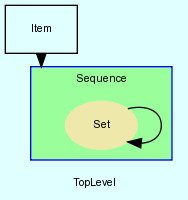
The Graphviz diagram doc/dot/f_8.png in ddiez/seqminer, before a commit. Its source is kept beside it as doc/dot/f_8.dot.
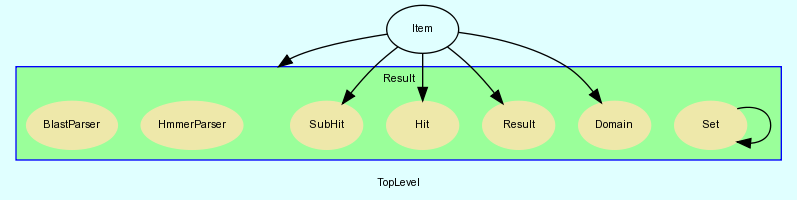
The same file after the commit.

What changed in the source:
```diff
@@ -10,43 +10,112 @@
         fontsize = 8
     ]
 
-    Sequence__Set -> Sequence__Set [
+    Result__Set -> Result__Set [
 
     ]
 
-    subgraph cluster_Sequence {
-        label = "Sequence"
+    Item [
+        URL = "classes/Item.html",
+        label = "Item"
+    ]
+
+    Item -> Result__Domain [
+
+    ]
+
+    Item -> Result__Result [
+
+    ]
+
+    Item -> Result__Hit [
+
+    ]
+
+    Item -> Result__SubHit [
+
+    ]
+
+    subgraph cluster_Result {
+        label = "Result"
         fillcolor = palegreen1
-        URL = "classes/Sequence.html"
+        URL = "classes/Result.html"
         color = blue
         fontname = Arial
         style = filled
-        Sequence [
+        Result [
             shape = plaintext,
             height = 0.01,
             width = 0.01,
             label = ""
         ]
 
-        Sequence__Set [
+        Result__HmmerParser [
             fontcolor = black,
             shape = ellipse,
-            URL = "classes/Sequence/Set.html",
+            URL = "classes/Result/HmmerParser.html",
+            color = palegoldenrod,
+            style = filled,
+            label = "HmmerParser"
+        ]
+
+        Result__BlastParser [
+            fontcolor = black,
+            shape = ellipse,
+            URL = "classes/Result/BlastParser.html",
+            color = palegoldenrod,
+            style = filled,
+            label = "BlastParser"
+        ]
+
+        Result__Set [
+            fontcolor = black,
+            shape = ellipse,
+            URL = "classes/Result/Set.html",
             color = palegoldenrod,
             style = filled,
             label = "Set"
         ]
 
+        Result__Domain [
+            fontcolor = black,
+            shape = ellipse,
+            URL = "classes/Result/Domain.html",
+            color = palegoldenrod,
+            style = filled,
+            label = "Domain"
+        ]
+
+        Result__Result [
+            fontcolor = black,
+            shape = ellipse,
+            URL = "classes/Result/Result.html",
+            color = palegoldenrod,
+            style = filled,
+            label = "Result"
+        ]
+
+        Result__Hit [
+            fontcolor = black,
+            shape = ellipse,
+            URL = "classes/Result/Hit.html",
+            color = palegoldenrod,
+            style = filled,
+            label = "Hit"
+        ]
+
+        Result__SubHit [
+            fontcolor = black,
+            shape = ellipse,
+            URL = "classes/Result/SubHit.html",
+            color = palegoldenrod,
+            style = filled,
+            label = "SubHit"
+        ]
+
     }
 
-    Item [
-        shape = box,
-        URL = "classes/Item.html",
-        label = "Item"
-    ]
-
-    Item -> Sequence [
-        lhead = cluster_Sequence
+    Item -> Result [
+        lhead = cluster_Result
     ]
 
 }
```
